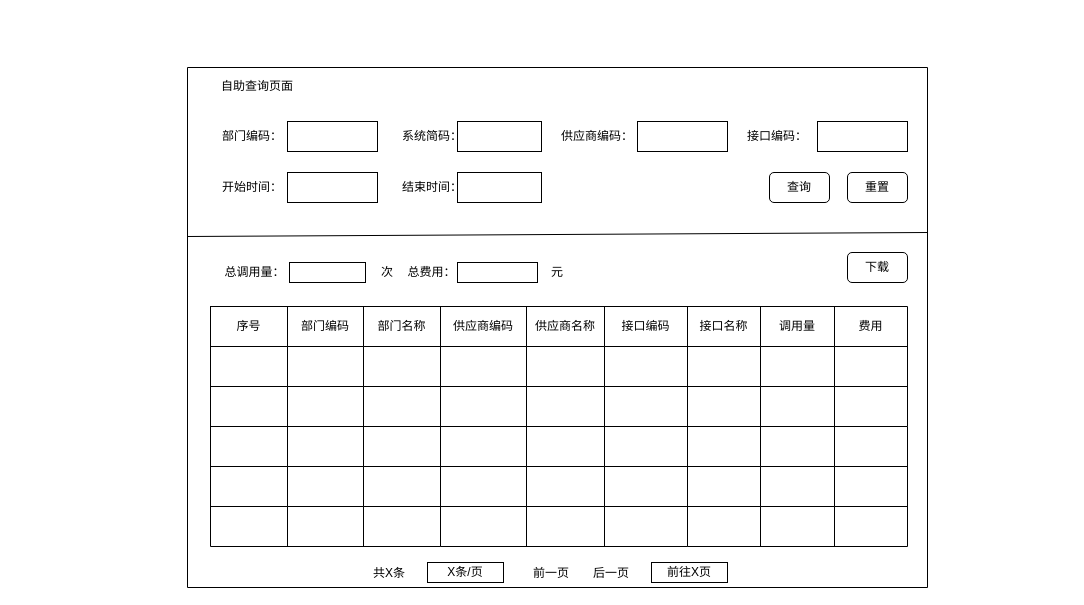
Above: page "自助查询" (2 of 2) of dpiv.drawio in 5309609/diagrams (draw.io), before the change. Source tidied: cells renumbered, new cells numbered last; positions are measured from the earlier drawing's top-left corner, leaving out a move shared by most shapes. Both pictures are drawn from the tidied source at 100%, with x=0, y=0 at pixel (187, 67).
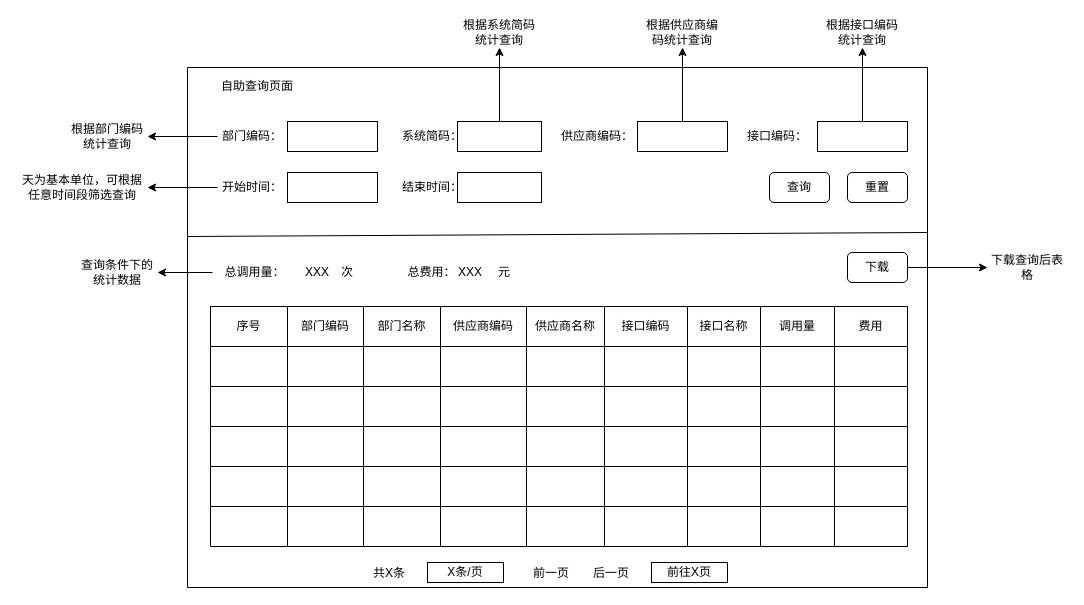
The same page after the edit.

Unchanged cells that the change refers to:
```xml
<mxCell id="2" style="swimlane;startSize=0;" parent="1" vertex="1">
  <mxGeometry width="740" height="520" as="geometry" />
</mxCell>
<mxCell id="5" value="部门编码：" style="text;html=1;strokeColor=none;fillColor=none;align=center;verticalAlign=middle;whiteSpace=wrap;rounded=0;" parent="2" vertex="1">
  <mxGeometry x="30" y="54" width="70" height="30" as="geometry" />
</mxCell>
<mxCell id="6" style="rounded=0;whiteSpace=wrap;html=1;" parent="2" vertex="1">
  <mxGeometry x="270" y="54" width="84" height="30" as="geometry" />
</mxCell>
<mxCell id="9" value="开始时间：" style="text;html=1;strokeColor=none;fillColor=none;align=center;verticalAlign=middle;whiteSpace=wrap;rounded=0;" parent="2" vertex="1">
  <mxGeometry x="30" y="105" width="70" height="30" as="geometry" />
</mxCell>
<mxCell id="12" style="rounded=0;whiteSpace=wrap;html=1;" parent="2" vertex="1">
  <mxGeometry x="450" y="54" width="90" height="30" as="geometry" />
</mxCell>
<mxCell id="99" value="下载" style="rounded=1;whiteSpace=wrap;html=1;" parent="2" vertex="1">
  <mxGeometry x="660" y="185" width="60" height="30" as="geometry" />
</mxCell>
<mxCell id="100" style="rounded=0;whiteSpace=wrap;html=1;" parent="2" vertex="1">
  <mxGeometry x="630" y="54" width="90" height="30" as="geometry" />
</mxCell>
<mxCell id="102" value="总调用量：" style="text;html=1;strokeColor=none;fillColor=none;align=center;verticalAlign=middle;whiteSpace=wrap;rounded=0;" parent="2" vertex="1">
  <mxGeometry x="25" y="190" width="85" height="30" as="geometry" />
</mxCell>
```

What changed in the source:
```diff
@@
-    <mxCell id="103" style="rounded=0;whiteSpace=wrap;html=1;" parent="2" vertex="1">
-      <mxGeometry x="102" y="195" width="76" height="20" as="geometry" />
-    </mxCell>
     <mxCell id="104" value="次" style="text;html=1;strokeColor=none;fillColor=none;align=center;verticalAlign=middle;whiteSpace=wrap;rounded=0;" parent="2" vertex="1">
-      <mxGeometry x="170" y="190" width="60" height="30" as="geometry" />
+      <mxGeometry x="130" y="190" width="60" height="30" as="geometry" />
     </mxCell>
@@
-    <mxCell id="106" style="rounded=0;whiteSpace=wrap;html=1;" parent="2" vertex="1">
-      <mxGeometry x="270" y="195" width="80" height="20" as="geometry" />
-    </mxCell>
     <mxCell id="107" value="元" style="text;html=1;strokeColor=none;fillColor=none;align=center;verticalAlign=middle;whiteSpace=wrap;rounded=0;" parent="2" vertex="1">
-      <mxGeometry x="340" y="190" width="60" height="30" as="geometry" />
+      <mxGeometry x="287" y="190" width="60" height="30" as="geometry" />
     </mxCell>
+    <mxCell id="109" value="XXX" style="text;html=1;strokeColor=none;fillColor=none;align=center;verticalAlign=middle;whiteSpace=wrap;rounded=0;" parent="2" vertex="1">
+      <mxGeometry x="100" y="190" width="60" height="30" as="geometry" />
+    </mxCell>
+    <mxCell id="110" value="XXX" style="text;html=1;strokeColor=none;fillColor=none;align=center;verticalAlign=middle;whiteSpace=wrap;rounded=0;" parent="2" vertex="1">
+      <mxGeometry x="253" y="190" width="60" height="30" as="geometry" />
+    </mxCell>
@@
+    <mxCell id="111" value="根据部门编码统计查询" style="text;html=1;strokeColor=none;fillColor=none;align=center;verticalAlign=middle;whiteSpace=wrap;rounded=0;" parent="1" vertex="1">
+      <mxGeometry x="-120" y="54" width="80" height="30" as="geometry" />
+    </mxCell>
+    <mxCell id="112" style="edgeStyle=orthogonalEdgeStyle;rounded=0;jettySize=auto;html=1;" parent="1" edge="1" source="5" target="111">
+      <mxGeometry relative="1" as="geometry" />
+    </mxCell>
+    <mxCell id="113" value="根据系统简码统计查询" style="text;html=1;strokeColor=none;fillColor=none;align=center;verticalAlign=middle;whiteSpace=wrap;rounded=0;" parent="1" vertex="1">
+      <mxGeometry x="272" y="-50" width="80" height="30" as="geometry" />
+    </mxCell>
+    <mxCell id="114" value="根据供应商编码统计查询" style="text;html=1;strokeColor=none;fillColor=none;align=center;verticalAlign=middle;whiteSpace=wrap;rounded=0;" parent="1" vertex="1">
+      <mxGeometry x="455" y="-50" width="80" height="30" as="geometry" />
+    </mxCell>
+    <mxCell id="115" value="根据接口编码统计查询" style="text;html=1;strokeColor=none;fillColor=none;align=center;verticalAlign=middle;whiteSpace=wrap;rounded=0;" parent="1" vertex="1">
+      <mxGeometry x="635" y="-50" width="80" height="30" as="geometry" />
+    </mxCell>
+    <mxCell id="116" value="天为基本单位，可根据任意时间段筛选查询" style="text;html=1;strokeColor=none;fillColor=none;align=center;verticalAlign=middle;whiteSpace=wrap;rounded=0;" parent="1" vertex="1">
+      <mxGeometry x="-170" y="105" width="130" height="30" as="geometry" />
+    </mxCell>
+    <mxCell id="117" style="edgeStyle=orthogonalEdgeStyle;rounded=0;jettySize=auto;html=1;" parent="1" edge="1" source="9" target="116">
+      <mxGeometry relative="1" as="geometry" />
+    </mxCell>
+    <mxCell id="118" style="edgeStyle=orthogonalEdgeStyle;rounded=0;jettySize=auto;html=1;" parent="1" edge="1" source="6" target="113">
+      <mxGeometry relative="1" as="geometry" />
+    </mxCell>
+    <mxCell id="119" style="edgeStyle=orthogonalEdgeStyle;rounded=0;jettySize=auto;html=1;" parent="1" edge="1" source="12" target="114">
+      <mxGeometry relative="1" as="geometry" />
+    </mxCell>
+    <mxCell id="120" style="edgeStyle=orthogonalEdgeStyle;rounded=0;jettySize=auto;html=1;" parent="1" edge="1" source="100" target="115">
+      <mxGeometry relative="1" as="geometry" />
+    </mxCell>
+    <mxCell id="121" value="查询条件下的统计数据" style="text;html=1;strokeColor=none;fillColor=none;align=center;verticalAlign=middle;whiteSpace=wrap;rounded=0;" parent="1" vertex="1">
+      <mxGeometry x="-110" y="190" width="80" height="30" as="geometry" />
+    </mxCell>
+    <mxCell id="122" style="edgeStyle=orthogonalEdgeStyle;rounded=0;jettySize=auto;html=1;" parent="1" edge="1" source="102" target="121">
+      <mxGeometry relative="1" as="geometry" />
+    </mxCell>
+    <mxCell id="123" value="下载查询后表格" style="text;html=1;strokeColor=none;fillColor=none;align=center;verticalAlign=middle;whiteSpace=wrap;rounded=0;" parent="1" vertex="1">
+      <mxGeometry x="800" y="185" width="80" height="30" as="geometry" />
+    </mxCell>
+    <mxCell id="124" style="edgeStyle=orthogonalEdgeStyle;rounded=0;jettySize=auto;html=1;" parent="1" edge="1" source="99" target="123">
+      <mxGeometry relative="1" as="geometry" />
+    </mxCell>
```
